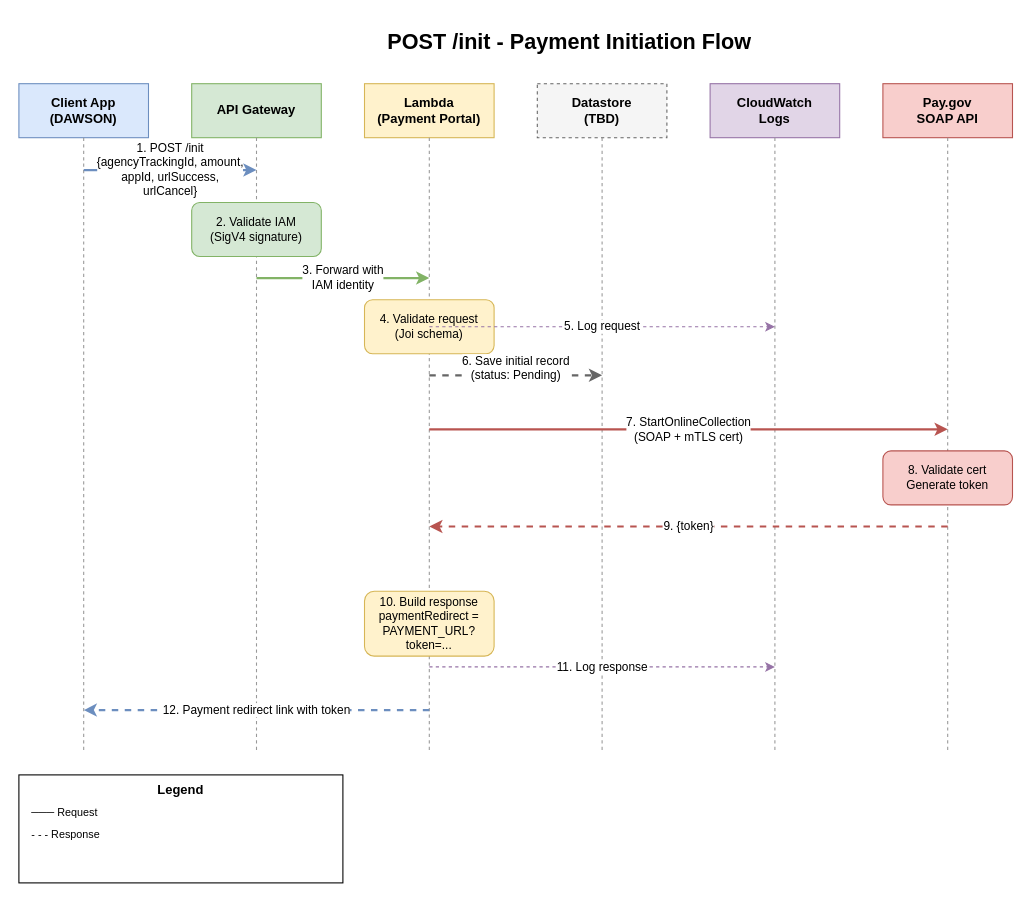
ustaxcourt/ustc-payment-portal keeps this draw.io diagram as docs/diagrams/init-payment-flow.drawio. Above is the earlier version. Source tidied: cells renumbered, new cells numbered last; positions are measured from the earlier drawing's top-left corner, leaving out a move shared by most shapes. Both pictures are drawn from the tidied source at 108%, with x=0, y=0 at pixel (18, 18).
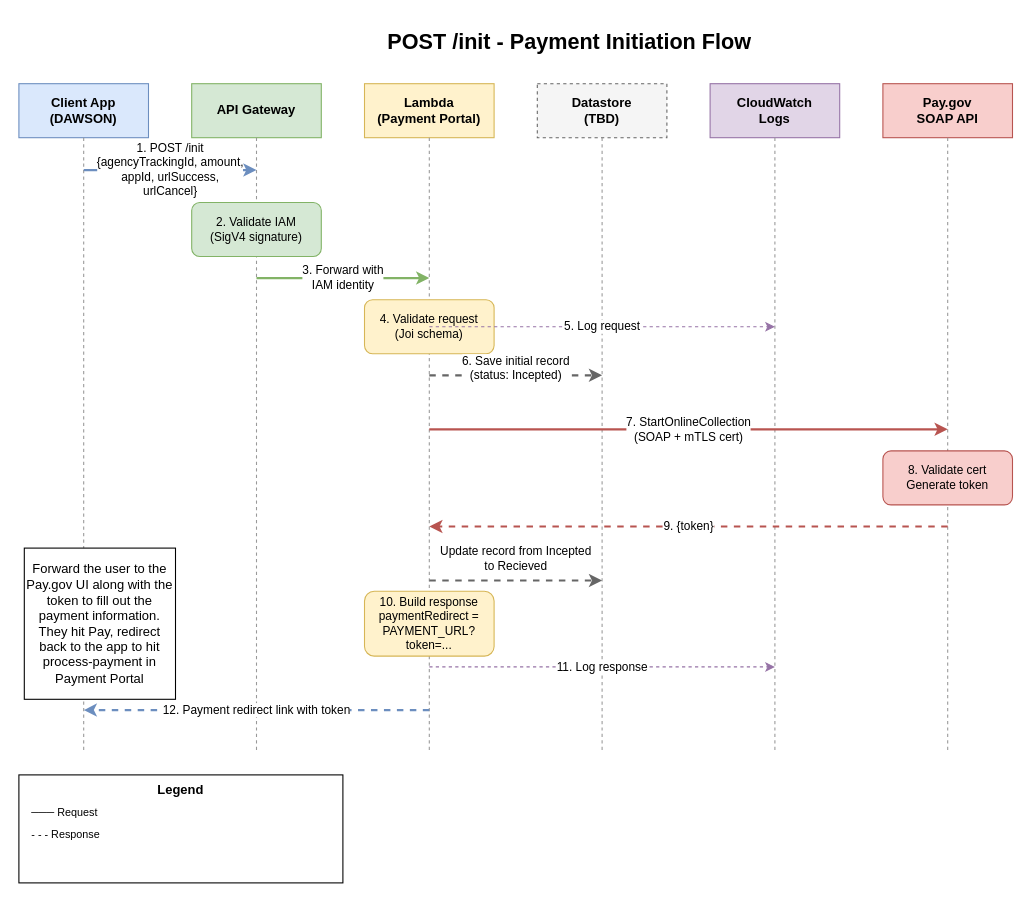
Above is the later version.

The edit, as a diff of the source:
```diff
@@
-    <mxCell id="20" value="6. Save initial record&lt;br&gt;(status: Pending)&lt;br&gt;&lt;div&gt;&lt;br&gt;&lt;/div&gt;" style="edgeStyle=orthogonalEdgeStyle;rounded=0;orthogonalLoop=1;jettySize=auto;html=1;strokeWidth=2;dashed=1;strokeColor=#666666;" parent="1" edge="1">
+    <mxCell id="20" value="6. Save initial record&lt;br&gt;(status: Incepted)&lt;br&gt;&lt;div&gt;&lt;br&gt;&lt;/div&gt;" style="edgeStyle=orthogonalEdgeStyle;rounded=0;orthogonalLoop=1;jettySize=auto;html=1;strokeWidth=2;dashed=1;strokeColor=#666666;" parent="1" edge="1">
       <mxGeometry relative="1" as="geometry">
         <mxPoint x="380" y="330" as="sourcePoint" />
         <mxPoint x="540" y="330" as="targetPoint" />
       </mxGeometry>
     </mxCell>
@@
+    <mxCell id="30" value="&lt;div&gt;Update record from Incepted&lt;/div&gt;&lt;div&gt;to Recieved&lt;/div&gt;" style="edgeStyle=orthogonalEdgeStyle;rounded=0;orthogonalLoop=1;jettySize=auto;html=1;strokeWidth=2;dashed=1;strokeColor=#666666;" parent="1" edge="1">
+      <mxGeometry y="20" relative="1" as="geometry">
+        <mxPoint x="380" y="520" as="sourcePoint" />
+        <mxPoint x="540" y="520" as="targetPoint" />
+      </mxGeometry>
+    </mxCell>
+    <mxCell id="31" value="Forward the user to the Pay.gov UI along with the token to fill out the payment information. They hit Pay, redirect back to the app to hit process-payment in Payment Portal" style="whiteSpace=wrap;html=1;" parent="1" vertex="1">
+      <mxGeometry x="5" y="490" width="140" height="140" as="geometry" />
+    </mxCell>
```
